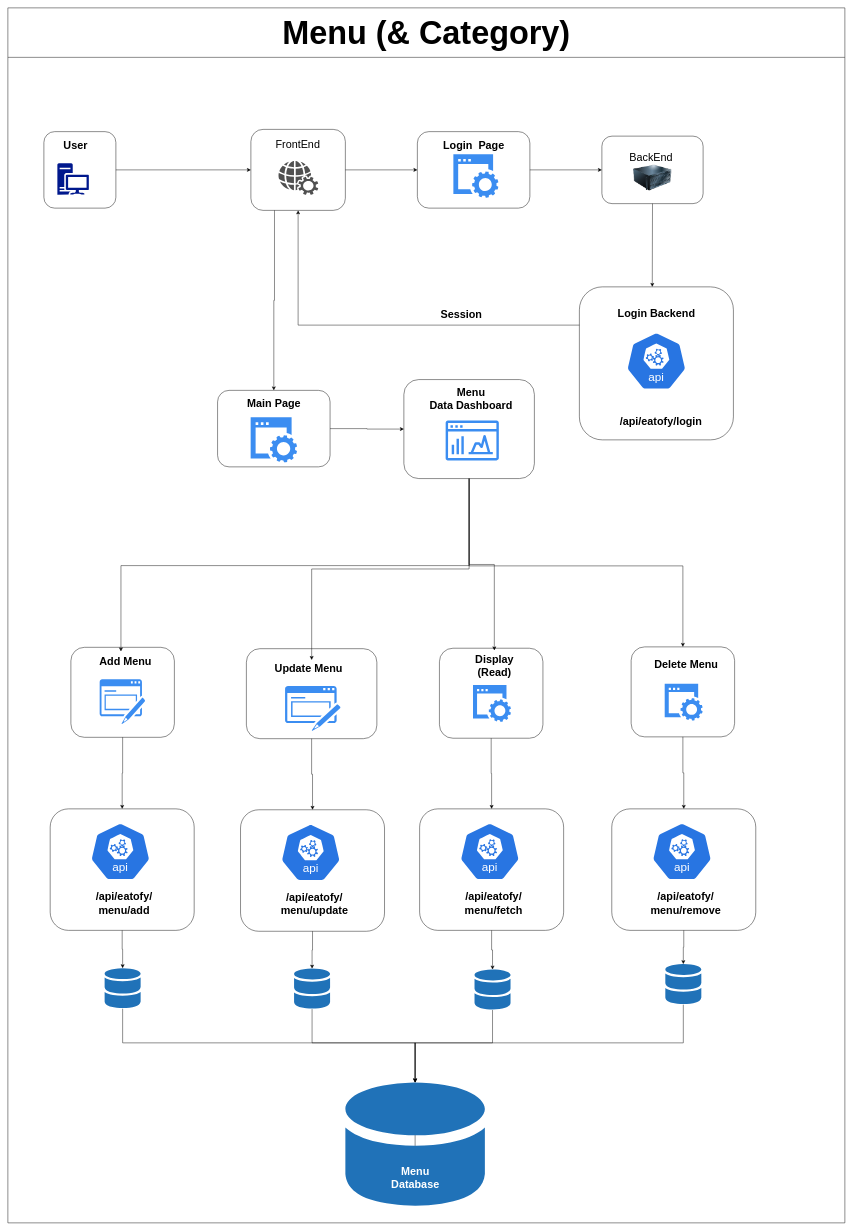
Above: page "Menu" (5 of 6) of eatofy.drawio in appnichetechnologies/Eatofy-System-Design (draw.io), before the change. Source tidied: cells renumbered, new cells numbered last; positions are measured from the earlier drawing's top-left corner, leaving out a move shared by most shapes. Both pictures are drawn from the tidied source at 45%, with x=0, y=0 at pixel (8, 8).
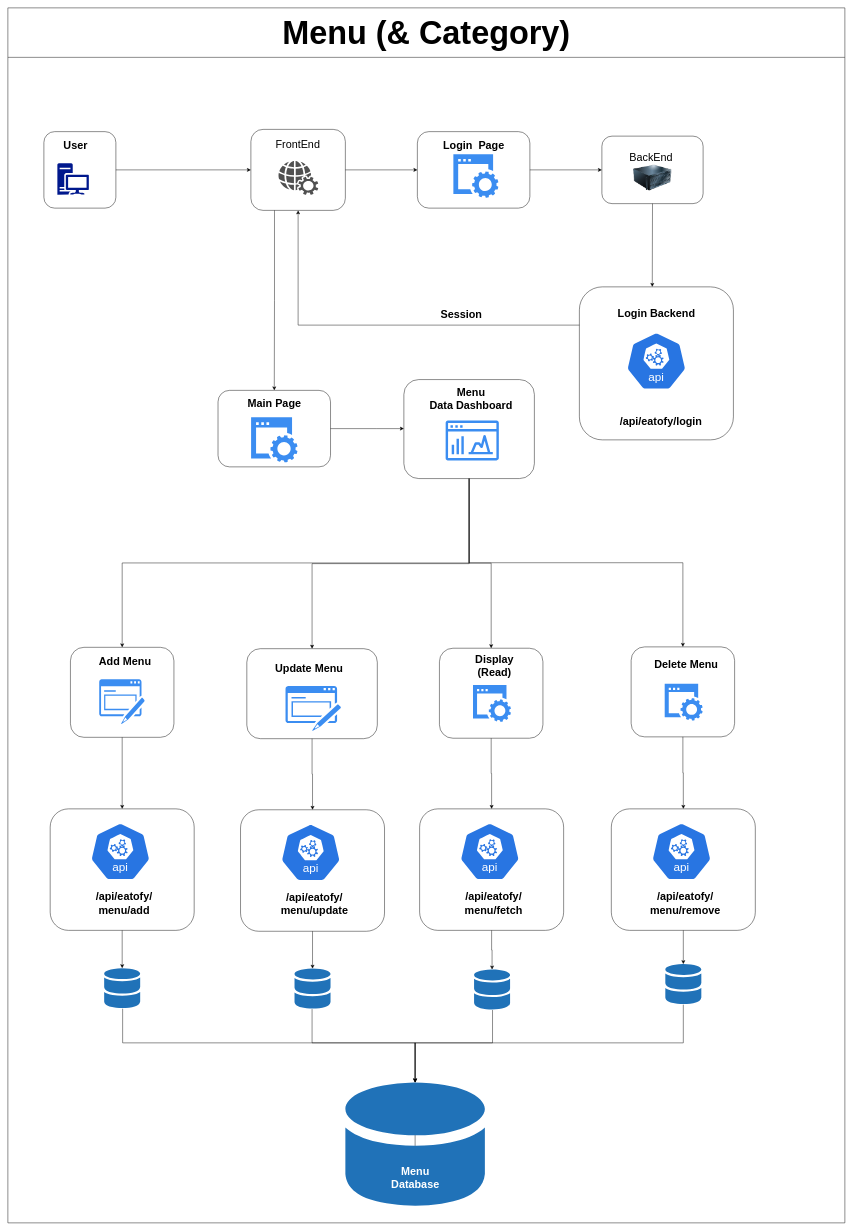
The same page after the edit.

Unchanged cells that the change refers to:
```xml
<mxCell id="32" style="rounded=1;whiteSpace=wrap;html=1;fillColor=none;" parent="31" vertex="1">
  <mxGeometry width="250" height="170" as="geometry" />
</mxCell>
<mxCell id="45" style="rounded=1;whiteSpace=wrap;html=1;fillColor=none;" parent="44" vertex="1">
  <mxGeometry width="230" height="200" as="geometry" />
</mxCell>
<mxCell id="46" value="&lt;font style=&quot;font-size: 24px;&quot;&gt;&lt;b&gt;Add Menu&lt;/b&gt;&lt;br&gt;&lt;/font&gt;" style="text;html=1;align=center;verticalAlign=middle;points=[];strokeColor=none;fillColor=none;" parent="44" vertex="1">
  <mxGeometry x="46" y="11.8" width="150" height="40" as="geometry" />
</mxCell>
<mxCell id="49" style="rounded=1;whiteSpace=wrap;html=1;fillColor=none;" parent="48" vertex="1">
  <mxGeometry width="290" height="200" as="geometry" />
</mxCell>
<mxCell id="50" value="&lt;div&gt;&lt;font style=&quot;font-size: 24px;&quot;&gt;&lt;b&gt; Update Menu&lt;/b&gt;&lt;/font&gt;&lt;/div&gt;" style="text;html=1;align=center;verticalAlign=middle;points=[];strokeColor=none;fillColor=none;" parent="48" vertex="1">
  <mxGeometry x="42.7" y="23.8" width="190" height="40" as="geometry" />
</mxCell>
<mxCell id="55" style="rounded=1;whiteSpace=wrap;html=1;fillColor=none;" parent="53" vertex="1">
  <mxGeometry width="230" height="200" as="geometry" />
</mxCell>
<mxCell id="56" value="&lt;div&gt;&lt;font style=&quot;font-size: 24px;&quot;&gt;&lt;b&gt;Display &lt;/b&gt;&lt;/font&gt;&lt;/div&gt;&lt;div&gt;&lt;font style=&quot;font-size: 24px;&quot;&gt;&lt;b&gt;(Read)&lt;br&gt;&lt;/b&gt;&lt;/font&gt;&lt;/div&gt;" style="text;html=1;align=center;verticalAlign=middle;points=[];strokeColor=none;fillColor=none;" parent="53" vertex="1">
  <mxGeometry x="67" y="4.8" width="110" height="70" as="geometry" />
</mxCell>
<mxCell id="59" style="rounded=1;whiteSpace=wrap;html=1;fillColor=none;" parent="57" vertex="1">
  <mxGeometry width="230" height="200" as="geometry" />
</mxCell>
<mxCell id="62" style="rounded=1;whiteSpace=wrap;html=1;fillColor=none;" parent="61" vertex="1">
  <mxGeometry width="290" height="220" as="geometry" />
</mxCell>
```

Change to the diagram source:
```diff
@@
     <mxCell id="31" style="group;" parent="1" vertex="1">
-      <mxGeometry x="466" y="850" width="250" height="170" as="geometry" />
+      <mxGeometry x="467" y="850" width="250" height="170" as="geometry" />
     </mxCell>
@@
     <mxCell id="36" style="sketch=0;shadow=0;dashed=0;html=1;strokeColor=none;labelPosition=center;verticalLabelPosition=bottom;verticalAlign=top;outlineConnect=0;align=center;shape=mxgraph.office.databases.database_mini_2;fillColor=#2072B8;" parent="1" vertex="1">
-      <mxGeometry x="215" y="2134" width="80" height="90" as="geometry" />
+      <mxGeometry x="214" y="2134" width="80" height="90" as="geometry" />
     </mxCell>
@@
     <mxCell id="38" style="sketch=0;shadow=0;dashed=0;html=1;strokeColor=none;labelPosition=center;verticalLabelPosition=bottom;verticalAlign=top;outlineConnect=0;align=center;shape=mxgraph.office.databases.database_mini_2;fillColor=#2072B8;" parent="1" vertex="1">
-      <mxGeometry x="636" y="2135" width="80" height="90" as="geometry" />
+      <mxGeometry x="637" y="2135" width="80" height="90" as="geometry" />
     </mxCell>
@@
     <mxCell id="40" style="sketch=0;shadow=0;dashed=0;html=1;strokeColor=none;labelPosition=center;verticalLabelPosition=bottom;verticalAlign=top;outlineConnect=0;align=center;shape=mxgraph.office.databases.database_mini_2;fillColor=#2072B8;" parent="1" vertex="1">
-      <mxGeometry x="1037" y="2137" width="80" height="90" as="geometry" />
+      <mxGeometry x="1036" y="2137" width="80" height="90" as="geometry" />
     </mxCell>
@@
     <mxCell id="44" style="group;" parent="1" vertex="1">
-      <mxGeometry x="140" y="1421" width="236" height="200" as="geometry" />
+      <mxGeometry x="139" y="1421" width="236" height="200" as="geometry" />
     </mxCell>
@@
     <mxCell id="48" style="group;" parent="1" vertex="1">
-      <mxGeometry x="530" y="1424" width="300" height="200" as="geometry" />
+      <mxGeometry x="531" y="1424" width="300" height="200" as="geometry" />
     </mxCell>
@@
     <mxCell id="65" style="edgeStyle=orthogonalEdgeStyle;rounded=0;jettySize=auto;html=1;exitX=1;exitY=0.5;exitDx=0;exitDy=0;" parent="1" edge="1" source="32" target="62">
-      <mxGeometry relative="1" as="geometry" />
+      <mxGeometry relative="1" as="geometry">
+        <Array as="points">
+          <mxPoint x="820" y="935" />
+          <mxPoint x="820" y="935" />
+        </Array>
+      </mxGeometry>
     </mxCell>
-    <mxCell id="66" style="edgeStyle=orthogonalEdgeStyle;rounded=0;jettySize=auto;html=1;exitX=0.5;exitY=1;exitDx=0;exitDy=0;entryX=0.435;entryY=-0.069;entryDx=0;entryDy=0;entryPerimeter=0;" parent="1" edge="1" source="62" target="46">
-      <mxGeometry relative="1" as="geometry" />
-    </mxCell>
-    <mxCell id="67" style="edgeStyle=orthogonalEdgeStyle;rounded=0;jettySize=auto;html=1;exitX=0.5;exitY=1;exitDx=0;exitDy=0;entryX=0.539;entryY=0.032;entryDx=0;entryDy=0;entryPerimeter=0;" parent="1" edge="1" source="62" target="50">
-      <mxGeometry relative="1" as="geometry" />
-    </mxCell>
-    <mxCell id="68" style="edgeStyle=orthogonalEdgeStyle;rounded=0;jettySize=auto;html=1;exitX=0.5;exitY=1;exitDx=0;exitDy=0;" parent="1" edge="1" source="62" target="56">
-      <mxGeometry relative="1" as="geometry" />
-    </mxCell>
@@
     <mxCell id="82" style="group;" parent="1" vertex="1">
-      <mxGeometry x="1342" y="1780" width="320" height="270" as="geometry" />
+      <mxGeometry x="1341" y="1780" width="320" height="270" as="geometry" />
     </mxCell>
@@
-    <mxCell id="89" style="edgeStyle=orthogonalEdgeStyle;rounded=0;jettySize=auto;html=1;exitX=0.5;exitY=1;exitDx=0;exitDy=0;entryX=0.5;entryY=0;entryDx=0;entryDy=0;" parent="1" edge="1" source="62" target="59">
-      <mxGeometry relative="1" as="geometry">
-        <Array as="points">
-          <mxPoint x="1025" y="1240" />
-          <mxPoint x="1500" y="1240" />
-        </Array>
-      </mxGeometry>
-    </mxCell>
@@
+    <mxCell id="94" style="edgeStyle=orthogonalEdgeStyle;rounded=0;jettySize=auto;html=1;exitX=0.5;exitY=1;exitDx=0;exitDy=0;entryX=0.5;entryY=0;entryDx=0;entryDy=0;" parent="1" edge="1" source="62" target="49">
+      <mxGeometry relative="1" as="geometry" />
+    </mxCell>
+    <mxCell id="95" style="edgeStyle=orthogonalEdgeStyle;rounded=0;jettySize=auto;html=1;exitX=0.5;exitY=1;exitDx=0;exitDy=0;entryX=0.5;entryY=0;entryDx=0;entryDy=0;" parent="1" edge="1" source="62" target="55">
+      <mxGeometry relative="1" as="geometry">
+        <Array as="points">
+          <mxPoint x="1025" y="1234" />
+          <mxPoint x="1074" y="1234" />
+        </Array>
+      </mxGeometry>
+    </mxCell>
+    <mxCell id="96" style="edgeStyle=orthogonalEdgeStyle;rounded=0;jettySize=auto;html=1;exitX=0.5;exitY=1;exitDx=0;exitDy=0;entryX=0.5;entryY=0;entryDx=0;entryDy=0;" parent="1" edge="1" source="62" target="45">
+      <mxGeometry relative="1" as="geometry" />
+    </mxCell>
+    <mxCell id="89" style="edgeStyle=orthogonalEdgeStyle;rounded=0;jettySize=auto;html=1;exitX=0.5;exitY=1;exitDx=0;exitDy=0;entryX=0.5;entryY=0;entryDx=0;entryDy=0;" parent="1" edge="1" source="62" target="59">
+      <mxGeometry relative="1" as="geometry" />
+    </mxCell>
```
